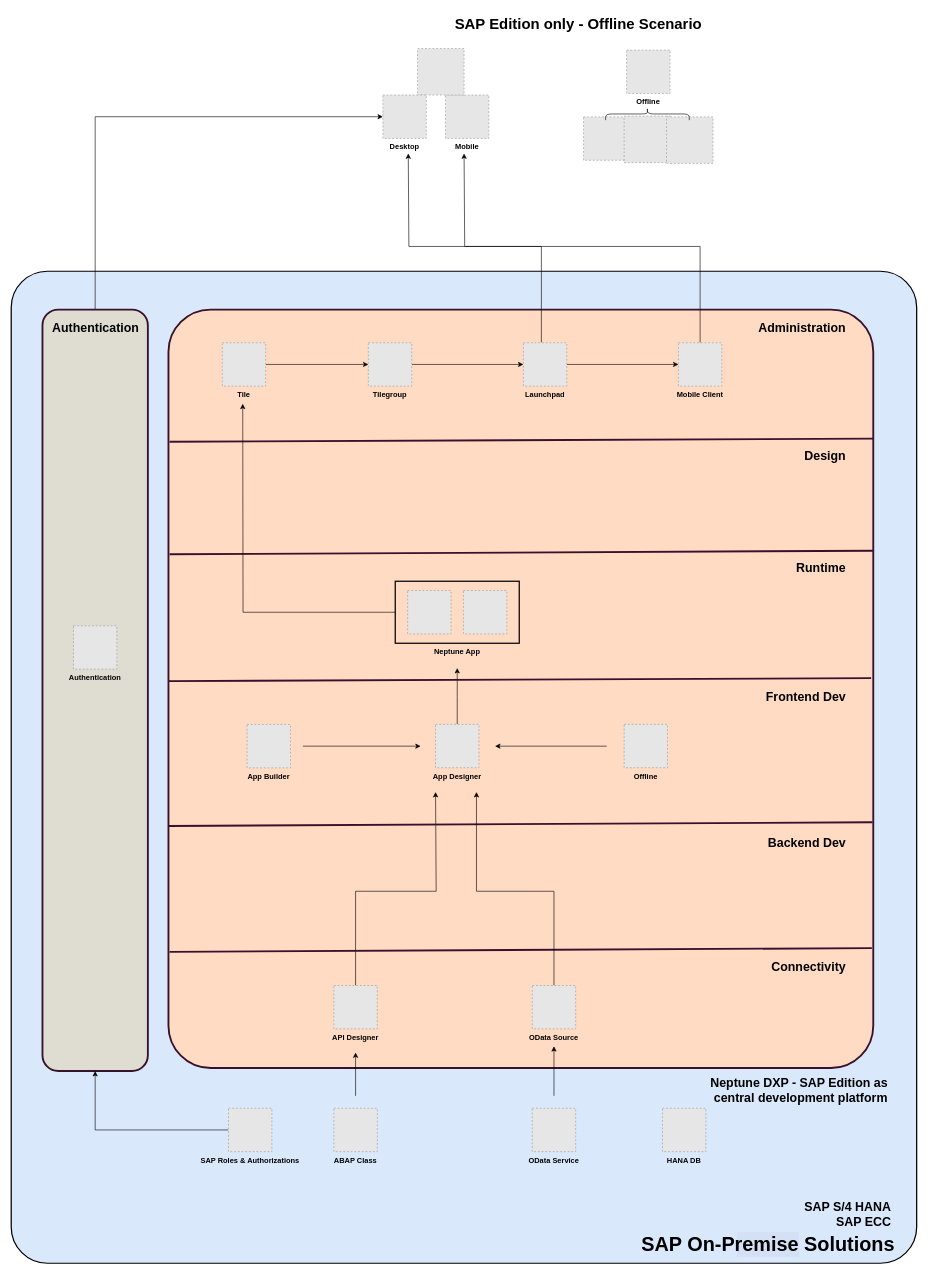
Before: examples/6 - sap edition - offline scenario.drawio in neptune-software/dxp-architecture-diagrams, a draw.io diagram. Source tidied: cells renumbered, new cells numbered last; positions are measured from the earlier drawing's top-left corner, leaving out a move shared by most shapes. Both pictures are drawn from the tidied source at 62%, with x=0, y=0 at pixel (11, 11). Pictures stored in the file or linked from it are replaced by grey dashed boxes.
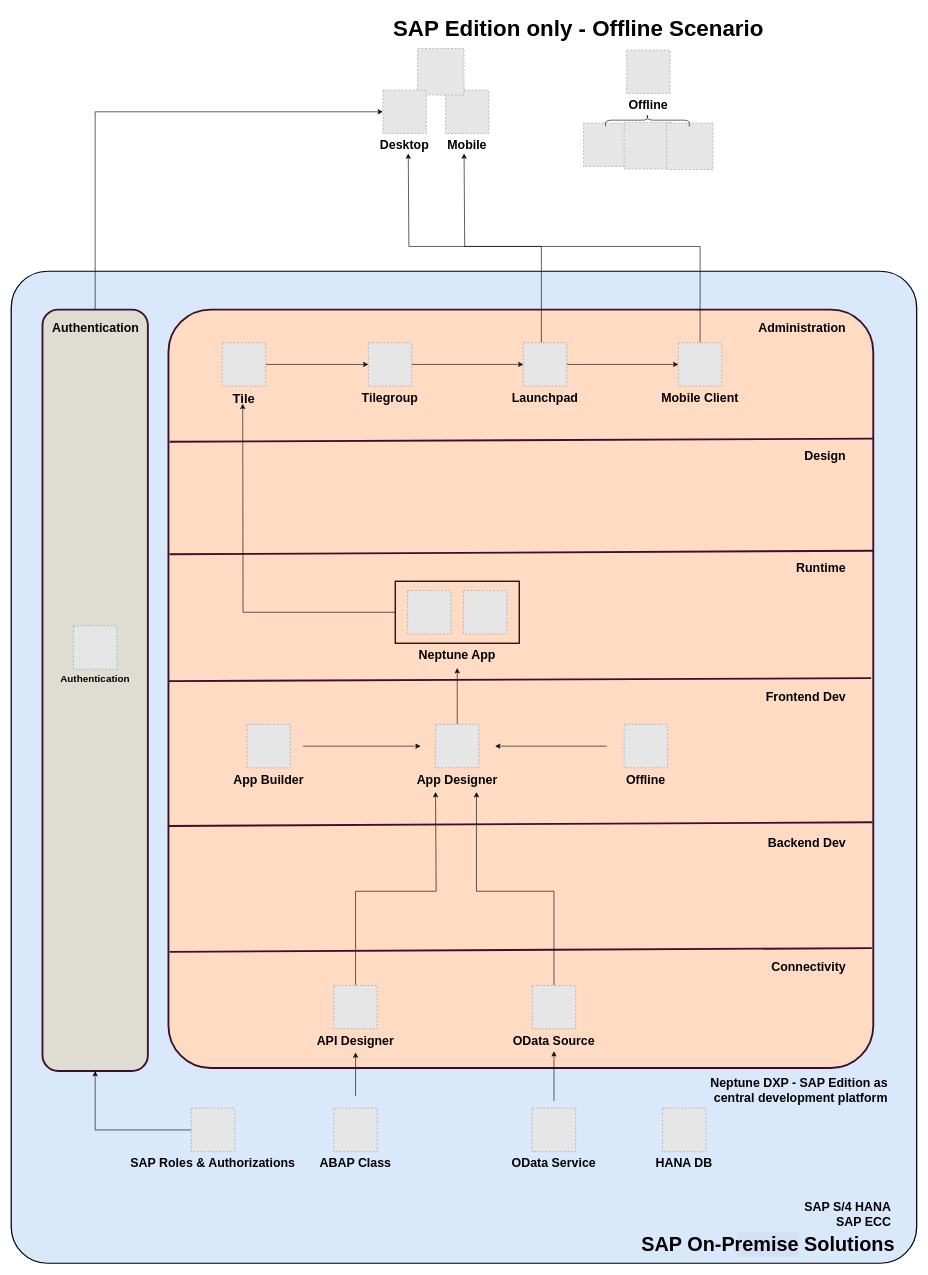
After the change.

Change to the diagram source:
```diff
@@
-    <mxCell id="8" value="&lt;h1 style=&quot;text-align: left; margin-top: 0px;&quot;&gt;SAP Edition only - Offline Scenario&lt;/h1&gt;" style="text;html=1;whiteSpace=wrap;overflow=hidden;rounded=0;align=center;" parent="1" vertex="1">
-      <mxGeometry x="530.5" y="-0.5" width="766.5" height="40" as="geometry" />
+    <mxCell id="8" value="&lt;h1 style=&quot;text-align: left; margin-top: 0px;&quot;&gt;&lt;font style=&quot;font-size: 36px;&quot;&gt;SAP Edition only - Offline Scenario&lt;/font&gt;&lt;/h1&gt;" style="text;html=1;whiteSpace=wrap;overflow=hidden;rounded=0;align=center;" parent="1" vertex="1">
+      <mxGeometry x="530.5" y="-0.5" width="766.5" height="50.5" as="geometry" />
     </mxCell>
@@
-    <mxCell id="12" value="Launchpad" style="fillColor=#E6E6E6;strokeColor=#999999;dashed=1;verticalLabelPosition=bottom;labelBackgroundColor=none;verticalAlign=top;fontStyle=1;" parent="1" vertex="1">
+    <mxCell id="12" value="Launchpad" style="fillColor=#E6E6E6;strokeColor=#999999;dashed=1;verticalLabelPosition=bottom;labelBackgroundColor=none;verticalAlign=top;fontStyle=1;fontSize=20;" parent="1" vertex="1">
       <mxGeometry x="825.7" y="535.3" width="70" height="70" as="geometry" />
     </mxCell>
@@
-    <mxCell id="14" value="Mobile Client" style="fillColor=#E6E6E6;strokeColor=#999999;dashed=1;verticalLabelPosition=bottom;labelBackgroundColor=none;verticalAlign=top;fontStyle=1;" parent="1" vertex="1">
+    <mxCell id="14" value="Mobile Client" style="fillColor=#E6E6E6;strokeColor=#999999;dashed=1;verticalLabelPosition=bottom;labelBackgroundColor=none;verticalAlign=top;fontStyle=1;fontSize=20;" parent="1" vertex="1">
       <mxGeometry x="1075.7" y="535.3" width="70" height="70" as="geometry" />
     </mxCell>
@@
-    <mxCell id="16" value="App Designer" style="fillColor=#E6E6E6;strokeColor=#999999;dashed=1;verticalLabelPosition=bottom;labelBackgroundColor=none;verticalAlign=top;fontStyle=1;" parent="1" vertex="1">
+    <mxCell id="16" value="App Designer" style="fillColor=#E6E6E6;strokeColor=#999999;dashed=1;verticalLabelPosition=bottom;labelBackgroundColor=none;verticalAlign=top;fontStyle=1;fontSize=20;" parent="1" vertex="1">
       <mxGeometry x="684" y="1150.8" width="70" height="70" as="geometry" />
     </mxCell>
@@
-    <mxCell id="18" value="API Designer" style="fillColor=#E6E6E6;strokeColor=#999999;dashed=1;verticalLabelPosition=bottom;labelBackgroundColor=none;verticalAlign=top;fontStyle=1;" parent="1" vertex="1">
+    <mxCell id="18" value="API Designer" style="fillColor=#E6E6E6;strokeColor=#999999;dashed=1;verticalLabelPosition=bottom;labelBackgroundColor=none;verticalAlign=top;fontStyle=1;fontSize=20;" parent="1" vertex="1">
       <mxGeometry x="520" y="1572" width="70" height="70" as="geometry" />
     </mxCell>
-    <mxCell id="19" value="Authentication" style="fillColor=#E6E6E6;strokeColor=#999999;dashed=1;verticalLabelPosition=bottom;labelBackgroundColor=none;verticalAlign=top;fontStyle=1;" parent="1" vertex="1">
+    <mxCell id="19" value="Authentication" style="fillColor=#E6E6E6;strokeColor=#999999;dashed=1;verticalLabelPosition=bottom;labelBackgroundColor=none;verticalAlign=top;fontStyle=1;fontSize=16;" parent="1" vertex="1">
       <mxGeometry x="100" y="991.8" width="70" height="70" as="geometry" />
     </mxCell>
-    <mxCell id="20" value="Mobile" style="fillColor=#E6E6E6;strokeColor=#999999;dashed=1;verticalLabelPosition=bottom;labelBackgroundColor=default;verticalAlign=top;fontStyle=1;" parent="1" vertex="1">
-      <mxGeometry x="700" y="135.8" width="70" height="70" as="geometry" />
+    <mxCell id="20" value="Mobile" style="fillColor=#E6E6E6;strokeColor=#999999;dashed=1;verticalLabelPosition=bottom;labelBackgroundColor=default;verticalAlign=top;fontStyle=1;fontSize=20;" parent="1" vertex="1">
+      <mxGeometry x="700" y="127.8" width="70" height="70" as="geometry" />
     </mxCell>
-    <mxCell id="21" value="Offline" style="fillColor=#E6E6E6;strokeColor=#999999;dashed=1;verticalLabelPosition=bottom;labelBackgroundColor=default;verticalAlign=top;fontStyle=1;" parent="1" vertex="1">
+    <mxCell id="21" value="Offline" style="fillColor=#E6E6E6;strokeColor=#999999;dashed=1;verticalLabelPosition=bottom;labelBackgroundColor=default;verticalAlign=top;fontStyle=1;fontSize=20;" parent="1" vertex="1">
       <mxGeometry x="992.2" y="63.3" width="70" height="70" as="geometry" />
     </mxCell>
     <mxCell id="22" style="fillColor=#E6E6E6;strokeColor=#999999;dashed=1;verticalLabelPosition=bottom;labelBackgroundColor=default;verticalAlign=top;" parent="1" vertex="1">
-      <mxGeometry x="922.7" y="171" width="70" height="70" as="geometry" />
+      <mxGeometry x="922.7" y="181" width="70" height="70" as="geometry" />
     </mxCell>
     <mxCell id="23" style="fillColor=#E6E6E6;strokeColor=#999999;dashed=1;verticalLabelPosition=bottom;labelBackgroundColor=default;verticalAlign=top;" parent="1" vertex="1">
-      <mxGeometry x="988.2" y="169.8" width="75" height="75" as="geometry" />
+      <mxGeometry x="988.2" y="179.8" width="75" height="75" as="geometry" />
     </mxCell>
     <mxCell id="24" style="fillColor=#E6E6E6;strokeColor=#999999;dashed=1;verticalLabelPosition=bottom;labelBackgroundColor=default;verticalAlign=top;" parent="1" vertex="1">
-      <mxGeometry x="1056.5" y="171" width="75" height="75" as="geometry" />
+      <mxGeometry x="1056.5" y="181" width="75" height="75" as="geometry" />
     </mxCell>
@@
-    <mxCell id="26" value="Desktop" style="fillColor=#E6E6E6;strokeColor=#999999;dashed=1;verticalLabelPosition=bottom;labelBackgroundColor=default;verticalAlign=top;fontStyle=1;" parent="1" vertex="1">
-      <mxGeometry x="599.1" y="135.8" width="70" height="70" as="geometry" />
+    <mxCell id="26" value="Desktop" style="fillColor=#E6E6E6;strokeColor=#999999;dashed=1;verticalLabelPosition=bottom;labelBackgroundColor=default;verticalAlign=top;fontStyle=1;fontSize=20;" parent="1" vertex="1">
+      <mxGeometry x="599.1" y="127.8" width="70" height="70" as="geometry" />
     </mxCell>
@@
     <mxCell id="35" style="shape=curlyBracket;whiteSpace=wrap;html=1;rounded=1;labelPosition=left;verticalLabelPosition=middle;align=right;verticalAlign=middle;rotation=90;" parent="1" vertex="1">
-      <mxGeometry x="1015.7" y="98.8" width="20" height="135" as="geometry" />
+      <mxGeometry x="1015.7" y="108.8" width="20" height="135" as="geometry" />
     </mxCell>
@@
-    <mxCell id="38" value="Tilegroup" style="fillColor=#E6E6E6;strokeColor=#999999;dashed=1;verticalLabelPosition=bottom;labelBackgroundColor=none;verticalAlign=top;fontStyle=1;" parent="1" vertex="1">
+    <mxCell id="38" value="Tilegroup" style="fillColor=#E6E6E6;strokeColor=#999999;dashed=1;verticalLabelPosition=bottom;labelBackgroundColor=none;verticalAlign=top;fontStyle=1;fontSize=20;" parent="1" vertex="1">
       <mxGeometry x="575.6" y="535.3" width="70" height="70" as="geometry" />
     </mxCell>
@@
-    <mxCell id="40" value="Tile" style="fillColor=#E6E6E6;strokeColor=#999999;dashed=1;verticalLabelPosition=bottom;labelBackgroundColor=none;verticalAlign=top;fontStyle=1;" parent="1" vertex="1">
+    <mxCell id="40" value="Tile" style="fillColor=#E6E6E6;strokeColor=#999999;dashed=1;verticalLabelPosition=bottom;labelBackgroundColor=none;verticalAlign=top;fontStyle=1;fontSize=21;" parent="1" vertex="1">
       <mxGeometry x="340" y="535.3" width="70" height="70" as="geometry" />
     </mxCell>
@@
-    <mxCell id="45" value="Offline" style="fillColor=#E6E6E6;strokeColor=#999999;dashed=1;verticalLabelPosition=bottom;labelBackgroundColor=none;verticalAlign=top;fontStyle=1;" parent="1" vertex="1">
+    <mxCell id="45" value="Offline" style="fillColor=#E6E6E6;strokeColor=#999999;dashed=1;verticalLabelPosition=bottom;labelBackgroundColor=none;verticalAlign=top;fontStyle=1;fontSize=20;" parent="1" vertex="1">
       <mxGeometry x="988.2" y="1150.8" width="70" height="70" as="geometry" />
     </mxCell>
@@
-    <mxCell id="47" value="App Builder" style="fillColor=#E6E6E6;strokeColor=#999999;dashed=1;verticalLabelPosition=bottom;labelBackgroundColor=none;verticalAlign=top;fontStyle=1;" parent="1" vertex="1">
+    <mxCell id="47" value="App Builder" style="fillColor=#E6E6E6;strokeColor=#999999;dashed=1;verticalLabelPosition=bottom;labelBackgroundColor=none;verticalAlign=top;fontStyle=1;fontSize=20;" parent="1" vertex="1">
       <mxGeometry x="380" y="1151" width="70" height="70" as="geometry" />
     </mxCell>
@@
-    <mxCell id="49" value="OData Source" style="fillColor=#E6E6E6;strokeColor=#999999;dashed=1;verticalLabelPosition=bottom;labelBackgroundColor=none;verticalAlign=top;fontStyle=1;" parent="1" vertex="1">
+    <mxCell id="49" value="OData Source" style="fillColor=#E6E6E6;strokeColor=#999999;dashed=1;verticalLabelPosition=bottom;labelBackgroundColor=none;verticalAlign=top;fontStyle=1;fontSize=20;" parent="1" vertex="1">
       <mxGeometry x="840" y="1572" width="70" height="70" as="geometry" />
     </mxCell>
     <mxCell id="50" style="edgeStyle=orthogonalEdgeStyle;rounded=0;orthogonalLoop=1;jettySize=auto;html=1;" parent="1" edge="1">
       <mxGeometry relative="1" as="geometry">
-        <mxPoint x="875" y="1750" as="sourcePoint" />
-        <mxPoint x="875" y="1670" as="targetPoint" />
+        <mxPoint x="875" y="1758" as="sourcePoint" />
+        <mxPoint x="875" y="1678" as="targetPoint" />
       </mxGeometry>
     </mxCell>
-    <mxCell id="51" value="OData Service" style="fillColor=#E6E6E6;strokeColor=#999999;dashed=1;verticalLabelPosition=bottom;labelBackgroundColor=none;verticalAlign=top;fontStyle=1;" parent="1" vertex="1">
+    <mxCell id="51" value="OData Service" style="fillColor=#E6E6E6;strokeColor=#999999;dashed=1;verticalLabelPosition=bottom;labelBackgroundColor=none;verticalAlign=top;fontStyle=1;fontSize=20;" parent="1" vertex="1">
       <mxGeometry x="840" y="1770" width="70" height="70" as="geometry" />
     </mxCell>
@@
-    <mxCell id="53" value="ABAP Class" style="fillColor=#E6E6E6;strokeColor=#999999;dashed=1;verticalLabelPosition=bottom;labelBackgroundColor=none;verticalAlign=top;fontStyle=1;" parent="1" vertex="1">
+    <mxCell id="53" value="ABAP Class" style="fillColor=#E6E6E6;strokeColor=#999999;dashed=1;verticalLabelPosition=bottom;labelBackgroundColor=none;verticalAlign=top;fontStyle=1;fontSize=20;" parent="1" vertex="1">
       <mxGeometry x="520" y="1770" width="70" height="70" as="geometry" />
     </mxCell>
-    <mxCell id="54" value="HANA DB" style="fillColor=#E6E6E6;strokeColor=#999999;dashed=1;verticalLabelPosition=bottom;labelBackgroundColor=none;verticalAlign=top;fontStyle=1;" parent="1" vertex="1">
+    <mxCell id="54" value="HANA DB" style="fillColor=#E6E6E6;strokeColor=#999999;dashed=1;verticalLabelPosition=bottom;labelBackgroundColor=none;verticalAlign=top;fontStyle=1;fontSize=20;" parent="1" vertex="1">
       <mxGeometry x="1050" y="1770" width="70" height="70" as="geometry" />
     </mxCell>
@@
-    <mxCell id="56" value="SAP Roles &amp; Authorizations" style="fillColor=#E6E6E6;strokeColor=#999999;dashed=1;verticalLabelPosition=bottom;labelBackgroundColor=none;verticalAlign=top;fontStyle=1;" parent="1" vertex="1">
-      <mxGeometry x="350" y="1770" width="70" height="70" as="geometry" />
+    <mxCell id="56" value="SAP Roles &amp; Authorizations" style="fillColor=#E6E6E6;strokeColor=#999999;dashed=1;verticalLabelPosition=bottom;labelBackgroundColor=none;verticalAlign=top;fontStyle=1;fontSize=20;" parent="1" vertex="1">
+      <mxGeometry x="290" y="1770" width="70" height="70" as="geometry" />
     </mxCell>
@@
-    <mxCell id="58" style="group;" parent="1" vertex="1">
-      <mxGeometry x="619" y="920" width="200" height="100" as="geometry" />
-    </mxCell>
-    <mxCell id="59" style="fillColor=#E6E6E6;strokeColor=#999999;dashed=1;verticalLabelPosition=bottom;labelBackgroundColor=default;verticalAlign=top;" parent="58" vertex="1">
-      <mxGeometry x="110" y="15" width="70" height="70" as="geometry" />
+    <mxCell id="59" style="fillColor=#E6E6E6;strokeColor=#999999;dashed=1;verticalLabelPosition=bottom;labelBackgroundColor=default;verticalAlign=top;" parent="1" vertex="1">
+      <mxGeometry x="729" y="935" width="70" height="70" as="geometry" />
     </mxCell>
-    <mxCell id="60" style="fillColor=#E6E6E6;strokeColor=#999999;dashed=1;verticalLabelPosition=bottom;labelBackgroundColor=default;verticalAlign=top;" parent="58" vertex="1">
-      <mxGeometry x="20" y="15" width="70" height="70" as="geometry" />
+    <mxCell id="60" style="fillColor=#E6E6E6;strokeColor=#999999;dashed=1;verticalLabelPosition=bottom;labelBackgroundColor=default;verticalAlign=top;" parent="1" vertex="1">
+      <mxGeometry x="639" y="935" width="70" height="70" as="geometry" />
     </mxCell>
-    <mxCell id="61" value="&lt;b&gt;Neptune App&lt;/b&gt;" style="rounded=0;whiteSpace=wrap;html=1;fillColor=none;strokeWidth=2;labelPosition=center;verticalLabelPosition=bottom;align=center;verticalAlign=top;" parent="58" vertex="1">
-      <mxGeometry width="200" height="100" as="geometry" />
+    <mxCell id="61" value="&lt;b&gt;Neptune App&lt;/b&gt;" style="rounded=0;whiteSpace=wrap;html=1;fillColor=none;strokeWidth=2;labelPosition=center;verticalLabelPosition=bottom;align=center;verticalAlign=top;fontSize=20;" parent="1" vertex="1">
+      <mxGeometry x="619" y="920" width="200" height="100" as="geometry" />
     </mxCell>
```
